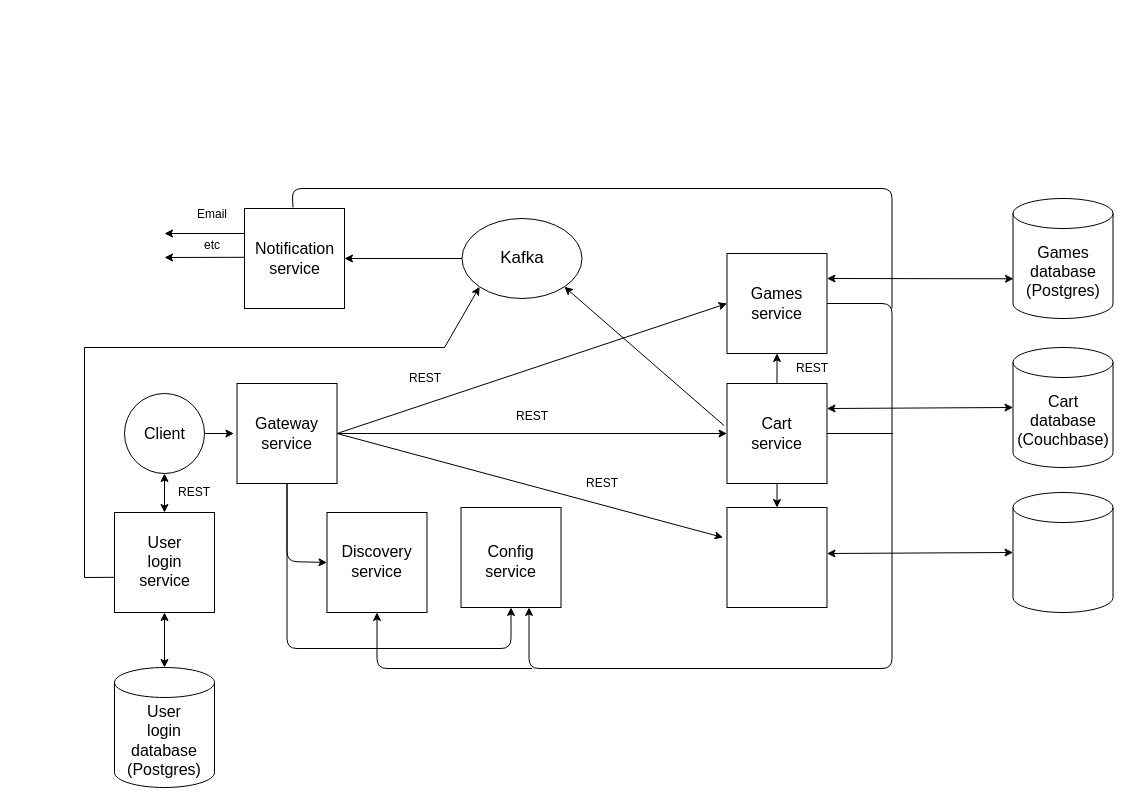
Above: server/documentation/Archinecture.drawio in Friendly-neighborhood-development/Fnd_games_store (draw.io), before the change. Source tidied: cells renumbered, new cells numbered last; positions are measured from the earlier drawing's top-left corner, leaving out a move shared by most shapes. Both pictures are drawn from the tidied source at 100%, with x=0, y=0 at pixel (84, 188).
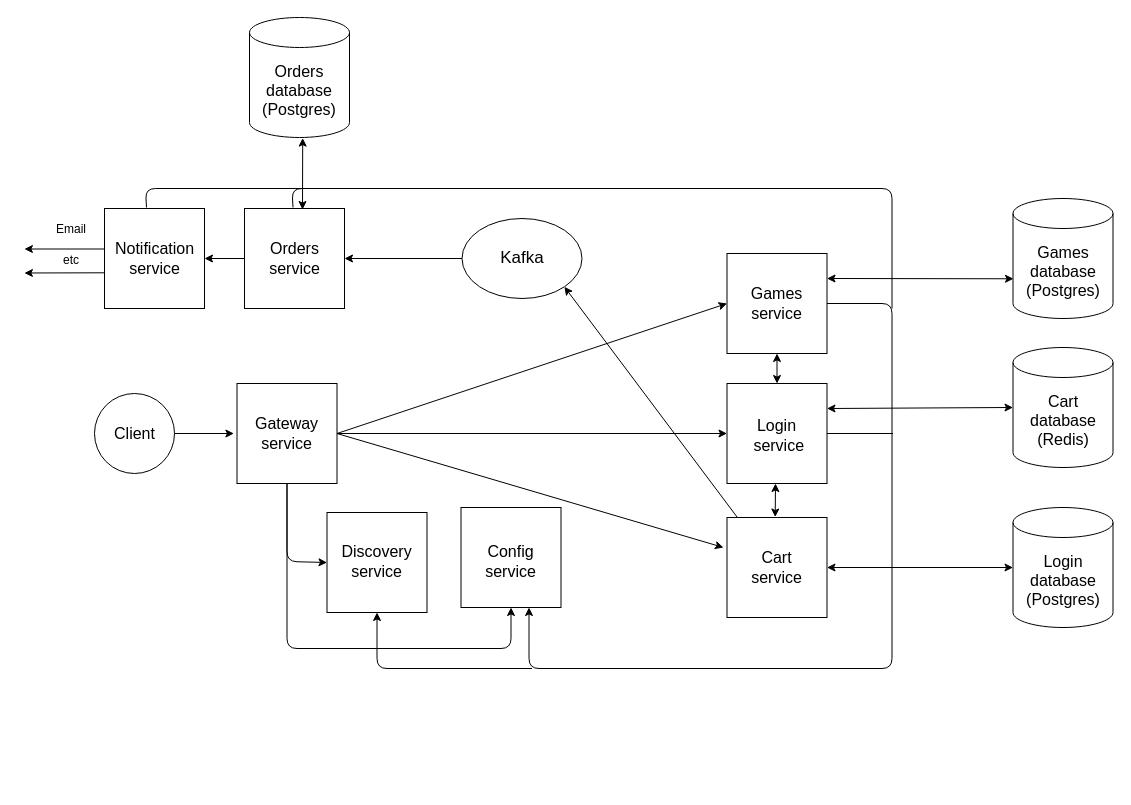
After the change.

Unchanged cells that the change refers to:
```xml
<mxCell id="2" style="whiteSpace=wrap;html=1;strokeWidth=1;" parent="1" vertex="1">
  <mxGeometry x="152.5" y="195" width="100" height="100" as="geometry" />
</mxCell>
<mxCell id="4" style="whiteSpace=wrap;html=1;strokeWidth=1;" parent="1" vertex="1">
  <mxGeometry x="642.5" y="65" width="100" height="100" as="geometry" />
</mxCell>
<mxCell id="6" style="whiteSpace=wrap;html=1;strokeWidth=1;" parent="1" vertex="1">
  <mxGeometry x="642.5" y="195" width="100" height="100" as="geometry" />
</mxCell>
<mxCell id="35" style="whiteSpace=wrap;html=1;strokeWidth=1;" parent="1" vertex="1">
  <mxGeometry x="160" y="20" width="100" height="100" as="geometry" />
</mxCell>
<mxCell id="37" value="&lt;font style=&quot;font-size: 17px&quot;&gt;Kafka&lt;/font&gt;" style="ellipse;whiteSpace=wrap;html=1;strokeWidth=1;" parent="1" vertex="1">
  <mxGeometry x="377.5" y="30" width="120" height="80" as="geometry" />
</mxCell>
```

The edit, as a diff of the source:
```diff
@@
-    <mxCell id="7" value="&lt;div style=&quot;font-size: 16px;&quot;&gt;&lt;font style=&quot;font-size: 16px;&quot;&gt;Cart service&lt;br&gt;&lt;/font&gt;&lt;/div&gt;" style="text;html=1;align=center;verticalAlign=middle;whiteSpace=wrap;rounded=0;strokeWidth=1;" parent="1" vertex="1">
-      <mxGeometry x="665" y="227.5" width="55" height="35" as="geometry" />
-    </mxCell>
@@
-    <mxCell id="10" style="endArrow=classic;html=1;exitX=0.5;exitY=0;exitDx=0;exitDy=0;entryX=0.5;entryY=1;entryDx=0;entryDy=0;strokeWidth=1;" parent="1" edge="1" source="6" target="4">
-      <mxGeometry relative="1" as="geometry" />
-    </mxCell>
-    <mxCell id="11" style="endArrow=classic;html=1;exitX=-0.029;exitY=0.421;exitDx=0;exitDy=0;exitPerimeter=0;entryX=1;entryY=1;entryDx=0;entryDy=0;strokeWidth=1;" parent="1" edge="1" source="6">
+    <mxCell id="11" style="endArrow=classic;html=1;entryX=1;entryY=1;entryDx=0;entryDy=0;strokeWidth=1;exitX=0.108;exitY=0.005;exitDx=0;exitDy=0;exitPerimeter=0;" parent="1" edge="1" source="33">
       <mxGeometry relative="1" as="geometry">
         <mxPoint x="479.9" y="98.3" as="targetPoint" />
       </mxGeometry>
     </mxCell>
@@
-    <mxCell id="15" value="REST" style="text;html=1;align=center;verticalAlign=middle;whiteSpace=wrap;rounded=0;strokeWidth=1;" parent="1" vertex="1">
-      <mxGeometry x="320.5" y="180" width="40" height="20" as="geometry" />
-    </mxCell>
-    <mxCell id="16" value="REST" style="text;html=1;align=center;verticalAlign=middle;whiteSpace=wrap;rounded=0;strokeWidth=1;" parent="1" vertex="1">
-      <mxGeometry x="707.5" y="170" width="40" height="20" as="geometry" />
-    </mxCell>
@@
-    <mxCell id="18" value="REST" style="text;html=1;align=center;verticalAlign=middle;whiteSpace=wrap;rounded=0;strokeWidth=1;" parent="1" vertex="1">
-      <mxGeometry x="427.5" y="217.5" width="40" height="20" as="geometry" />
-    </mxCell>
@@
-    <mxCell id="25" value="&lt;div style=&quot;font-size: 16px;&quot;&gt;&lt;font style=&quot;font-size: 16px;&quot;&gt;Cart database&lt;/font&gt;&lt;/div&gt;&lt;div style=&quot;font-size: 16px;&quot;&gt;&lt;font style=&quot;font-size: 16px;&quot;&gt;(Couchbase)&lt;br&gt;&lt;/font&gt;&lt;/div&gt;" style="shape=cylinder3;whiteSpace=wrap;html=1;boundedLbl=1;backgroundOutline=1;size=15;strokeWidth=1;" parent="1" vertex="1">
+    <mxCell id="25" value="&lt;div style=&quot;font-size: 16px;&quot;&gt;&lt;font style=&quot;font-size: 16px;&quot;&gt;Cart database&lt;/font&gt;&lt;/div&gt;&lt;div style=&quot;font-size: 16px;&quot;&gt;&lt;font style=&quot;font-size: 16px;&quot;&gt;(Redis)&lt;br&gt;&lt;/font&gt;&lt;/div&gt;" style="shape=cylinder3;whiteSpace=wrap;html=1;boundedLbl=1;backgroundOutline=1;size=15;strokeWidth=1;" parent="1" vertex="1">
       <mxGeometry x="928.5" y="159" width="100" height="120" as="geometry" />
     </mxCell>
@@
     <mxCell id="28" style="ellipse;whiteSpace=wrap;html=1;fontSize=16;strokeWidth=1;" parent="1" vertex="1">
-      <mxGeometry x="40" y="205" width="80" height="80" as="geometry" />
+      <mxGeometry x="10" y="205" width="80" height="80" as="geometry" />
     </mxCell>
     <mxCell id="29" value="&lt;font style=&quot;font-size: 16px;&quot;&gt;Client&lt;/font&gt;" style="text;html=1;align=center;verticalAlign=middle;whiteSpace=wrap;rounded=0;strokeWidth=1;" parent="1" vertex="1">
-      <mxGeometry x="52.5" y="227.5" width="55" height="35" as="geometry" />
+      <mxGeometry x="22.5" y="227.5" width="55" height="35" as="geometry" />
     </mxCell>
@@
     <mxCell id="33" style="whiteSpace=wrap;html=1;strokeWidth=1;" parent="1" vertex="1">
-      <mxGeometry x="642.5" y="319" width="100" height="100" as="geometry" />
+      <mxGeometry x="642.5" y="329" width="100" height="100" as="geometry" />
     </mxCell>
     <mxCell id="34" style="endArrow=classic;html=1;exitX=1;exitY=0.5;exitDx=0;exitDy=0;strokeWidth=1;" parent="1" edge="1" source="2">
       <mxGeometry relative="1" as="geometry">
-        <mxPoint x="638.5" y="349" as="targetPoint" />
+        <mxPoint x="639" y="359" as="targetPoint" />
       </mxGeometry>
     </mxCell>
@@
-    <mxCell id="36" value="&lt;div&gt;&lt;font style=&quot;font-size: 16px;&quot;&gt;Notification&lt;/font&gt;&lt;/div&gt;&lt;div&gt;&lt;font style=&quot;font-size: 16px;&quot;&gt;service&lt;br&gt;&lt;/font&gt;&lt;/div&gt;" style="text;html=1;align=center;verticalAlign=middle;whiteSpace=wrap;rounded=0;strokeWidth=1;" parent="1" vertex="1">
+    <mxCell id="36" value="&lt;div&gt;&lt;font style=&quot;font-size: 16px;&quot;&gt;Orders&lt;/font&gt;&lt;/div&gt;&lt;div&gt;&lt;font style=&quot;font-size: 16px;&quot;&gt;service&lt;br&gt;&lt;/font&gt;&lt;/div&gt;" style="text;html=1;align=center;verticalAlign=middle;whiteSpace=wrap;rounded=0;strokeWidth=1;" parent="1" vertex="1">
       <mxGeometry x="182.5" y="52.5" width="55" height="35" as="geometry" />
     </mxCell>
@@
-    <mxCell id="39" style="shape=cylinder3;whiteSpace=wrap;html=1;boundedLbl=1;backgroundOutline=1;size=15;strokeWidth=1;" parent="1" vertex="1">
-      <mxGeometry x="928.5" y="304" width="100" height="120" as="geometry" />
-    </mxCell>
-    <mxCell id="40" style="endArrow=classic;startArrow=classic;html=1;exitX=1;exitY=0.25;exitDx=0;exitDy=0;entryX=0;entryY=0.5;entryDx=0;entryDy=0;entryPerimeter=0;strokeWidth=1;" parent="1" edge="1" target="39">
-      <mxGeometry relative="1" as="geometry">
-        <mxPoint x="742.5" y="365" as="sourcePoint" />
-      </mxGeometry>
+    <mxCell id="40" style="endArrow=classic;startArrow=classic;html=1;exitX=1;exitY=0.5;exitDx=0;exitDy=0;entryX=0;entryY=0.5;entryDx=0;entryDy=0;entryPerimeter=0;strokeWidth=1;" parent="1" edge="1" source="33" target="44">
+      <mxGeometry relative="1" as="geometry" />
     </mxCell>
-    <mxCell id="41" value="&amp;nbsp;" style="text;whiteSpace=wrap;html=1;fontSize=16;" parent="1" vertex="1">
-      <mxGeometry x="938.5" y="314" width="30" height="30" as="geometry" />
-    </mxCell>
-    <mxCell id="42" value="REST" style="text;html=1;align=center;verticalAlign=middle;whiteSpace=wrap;rounded=0;strokeWidth=1;" parent="1" vertex="1">
-      <mxGeometry x="497.5" y="285" width="40" height="20" as="geometry" />
-    </mxCell>
-    <mxCell id="43" style="whiteSpace=wrap;html=1;strokeWidth=1;" parent="1" vertex="1">
-      <mxGeometry x="30" y="324" width="100" height="100" as="geometry" />
-    </mxCell>
-    <mxCell id="44" value="&lt;div style=&quot;font-size: 16px;&quot;&gt;&lt;font style=&quot;font-size: 16px;&quot;&gt;User&lt;/font&gt;&lt;/div&gt;&lt;div style=&quot;font-size: 16px;&quot;&gt;&lt;font style=&quot;font-size: 16px;&quot;&gt;login &lt;br&gt;&lt;/font&gt;&lt;/div&gt;&lt;div style=&quot;font-size: 16px;&quot;&gt;&lt;font style=&quot;font-size: 16px;&quot;&gt;database&lt;/font&gt;&lt;/div&gt;&lt;div style=&quot;font-size: 16px;&quot;&gt;&lt;font style=&quot;font-size: 16px;&quot;&gt;(Postgres)&lt;br&gt;&lt;/font&gt;&lt;/div&gt;" style="shape=cylinder3;whiteSpace=wrap;html=1;boundedLbl=1;backgroundOutline=1;size=15;strokeWidth=1;" parent="1" vertex="1">
-      <mxGeometry x="30" y="479" width="100" height="120" as="geometry" />
+    <mxCell id="44" value="&lt;div style=&quot;font-size: 16px;&quot;&gt;&lt;font style=&quot;font-size: 16px;&quot;&gt;Login &lt;br&gt;&lt;/font&gt;&lt;/div&gt;&lt;div style=&quot;font-size: 16px;&quot;&gt;&lt;font style=&quot;font-size: 16px;&quot;&gt;database&lt;/font&gt;&lt;/div&gt;&lt;div style=&quot;font-size: 16px;&quot;&gt;&lt;font style=&quot;font-size: 16px;&quot;&gt;(Postgres)&lt;br&gt;&lt;/font&gt;&lt;/div&gt;" style="shape=cylinder3;whiteSpace=wrap;html=1;boundedLbl=1;backgroundOutline=1;size=15;strokeWidth=1;" parent="1" vertex="1">
+      <mxGeometry x="928.5" y="319" width="100" height="120" as="geometry" />
     </mxCell>
-    <mxCell id="45" style="endArrow=classic;startArrow=classic;html=1;rounded=0;fontSize=16;strokeColor=default;strokeWidth=1;exitX=0.5;exitY=1;exitDx=0;exitDy=0;entryX=0.5;entryY=0;entryDx=0;entryDy=0;" parent="1" edge="1" source="28" target="43">
-      <mxGeometry relative="1" as="geometry" />
-    </mxCell>
-    <mxCell id="46" style="endArrow=classic;startArrow=classic;html=1;rounded=0;fontSize=16;strokeColor=default;strokeWidth=1;exitX=0.5;exitY=1;exitDx=0;exitDy=0;entryX=0.5;entryY=0;entryDx=0;entryDy=0;entryPerimeter=0;" parent="1" edge="1" source="43" target="44">
-      <mxGeometry relative="1" as="geometry" />
-    </mxCell>
-    <mxCell id="47" value="&lt;div&gt;&lt;font style=&quot;font-size: 16px;&quot;&gt;User&lt;/font&gt;&lt;/div&gt;&lt;div&gt;&lt;font style=&quot;font-size: 16px;&quot;&gt;login&lt;br&gt;&lt;/font&gt;&lt;/div&gt;&lt;div&gt;&lt;font style=&quot;font-size: 16px;&quot;&gt;service&lt;br&gt;&lt;/font&gt;&lt;/div&gt;" style="text;html=1;align=center;verticalAlign=middle;whiteSpace=wrap;rounded=0;strokeWidth=1;fontSize=16;" parent="1" vertex="1">
-      <mxGeometry x="52.5" y="355" width="55" height="35" as="geometry" />
-    </mxCell>
-    <mxCell id="48" style="endArrow=classic;html=1;exitX=0.5;exitY=1;exitDx=0;exitDy=0;entryX=0.5;entryY=0;entryDx=0;entryDy=0;strokeWidth=1;" parent="1" edge="1" source="6" target="33">
-      <mxGeometry relative="1" as="geometry" />
-    </mxCell>
-    <mxCell id="49" value="REST" style="text;html=1;align=center;verticalAlign=middle;whiteSpace=wrap;rounded=0;strokeWidth=1;" parent="1" vertex="1">
-      <mxGeometry x="90" y="294" width="40" height="20" as="geometry" />
-    </mxCell>
-    <mxCell id="50" style="endArrow=classic;html=1;rounded=0;entryX=0;entryY=1;entryDx=0;entryDy=0;" parent="1" edge="1" target="37">
-      <mxGeometry relative="1" as="geometry">
-        <mxPoint x="360" y="159" as="sourcePoint" />
-      </mxGeometry>
-    </mxCell>
-    <mxCell id="51" style="endArrow=none;html=1;rounded=0;" parent="1" edge="1">
-      <mxGeometry relative="1" as="geometry">
-        <mxPoint y="159" as="sourcePoint" />
-        <mxPoint x="360" y="159" as="targetPoint" />
-      </mxGeometry>
-    </mxCell>
-    <mxCell id="52" style="endArrow=none;html=1;rounded=0;" parent="1" edge="1">
-      <mxGeometry relative="1" as="geometry">
-        <mxPoint y="389" as="sourcePoint" />
-        <mxPoint y="159" as="targetPoint" />
-      </mxGeometry>
-    </mxCell>
-    <mxCell id="53" style="endArrow=none;html=1;rounded=0;exitX=-0.001;exitY=0.648;exitDx=0;exitDy=0;exitPerimeter=0;" parent="1" edge="1" source="43">
-      <mxGeometry relative="1" as="geometry">
-        <mxPoint y="389" as="targetPoint" />
-      </mxGeometry>
-    </mxCell>
-    <mxCell id="54" style="endArrow=classic;html=1;rounded=0;exitX=0;exitY=0.25;exitDx=0;exitDy=0;" parent="1" edge="1" source="35">
-      <mxGeometry relative="1" as="geometry">
-        <mxPoint x="80" y="45" as="targetPoint" />
-      </mxGeometry>
-    </mxCell>
+    <mxCell id="58" value="&lt;div style=&quot;font-size: 16px;&quot;&gt;&lt;font style=&quot;font-size: 16px;&quot;&gt;Login&lt;/font&gt;&lt;/div&gt;&lt;div style=&quot;font-size: 16px;&quot;&gt;&lt;font style=&quot;font-size: 16px;&quot;&gt;&amp;nbsp;service&lt;br&gt;&lt;/font&gt;&lt;/div&gt;" style="text;html=1;align=center;verticalAlign=middle;whiteSpace=wrap;rounded=0;strokeWidth=1;" parent="1" vertex="1">
+      <mxGeometry x="665" y="229" width="55" height="35" as="geometry" />
+    </mxCell>
+    <mxCell id="59" style="endArrow=classic;startArrow=classic;html=1;strokeWidth=1;exitX=0.482;exitY=-0.005;exitDx=0;exitDy=0;exitPerimeter=0;" parent="1" edge="1" source="33">
+      <mxGeometry relative="1" as="geometry">
+        <mxPoint x="691" y="295" as="targetPoint" />
+      </mxGeometry>
+    </mxCell>
+    <mxCell id="60" style="endArrow=classic;html=1;rounded=0;exitX=0;exitY=0.25;exitDx=0;exitDy=0;" parent="1" edge="1">
+      <mxGeometry relative="1" as="geometry">
+        <mxPoint x="19.9" y="60.5" as="sourcePoint" />
+        <mxPoint x="-60.1" y="60.5" as="targetPoint" />
+      </mxGeometry>
+    </mxCell>
     <mxCell id="55" value="Email" style="text;html=1;align=center;verticalAlign=middle;whiteSpace=wrap;rounded=0;strokeWidth=1;" parent="1" vertex="1">
-      <mxGeometry x="107.5" y="10" width="40" height="31" as="geometry" />
+      <mxGeometry x="-32.6" y="25.5" width="40" height="31" as="geometry" />
     </mxCell>
-    <mxCell id="56" style="endArrow=classic;html=1;rounded=0;exitX=0.001;exitY=0.488;exitDx=0;exitDy=0;exitPerimeter=0;" parent="1" edge="1" source="35">
-      <mxGeometry relative="1" as="geometry">
-        <mxPoint x="80" y="69" as="targetPoint" />
-      </mxGeometry>
-    </mxCell>
+    <mxCell id="61" style="endArrow=classic;html=1;rounded=0;exitX=0.001;exitY=0.488;exitDx=0;exitDy=0;exitPerimeter=0;" parent="1" edge="1">
+      <mxGeometry relative="1" as="geometry">
+        <mxPoint x="20" y="84.3" as="sourcePoint" />
+        <mxPoint x="-60.1" y="84.5" as="targetPoint" />
+      </mxGeometry>
+    </mxCell>
     <mxCell id="57" value="etc" style="text;html=1;align=center;verticalAlign=middle;whiteSpace=wrap;rounded=0;strokeWidth=1;" parent="1" vertex="1">
-      <mxGeometry x="107.5" y="41" width="40" height="31" as="geometry" />
+      <mxGeometry x="-32.6" y="56.5" width="40" height="31" as="geometry" />
     </mxCell>
+    <mxCell id="62" style="whiteSpace=wrap;html=1;strokeWidth=1;" parent="1" vertex="1">
+      <mxGeometry x="20" y="20" width="100" height="100" as="geometry" />
+    </mxCell>
+    <mxCell id="63" value="&lt;div&gt;&lt;font style=&quot;font-size: 16px;&quot;&gt;Notification&lt;/font&gt;&lt;/div&gt;&lt;div&gt;&lt;font style=&quot;font-size: 16px;&quot;&gt;service&lt;br&gt;&lt;/font&gt;&lt;/div&gt;" style="text;html=1;align=center;verticalAlign=middle;whiteSpace=wrap;rounded=0;strokeWidth=1;" parent="1" vertex="1">
+      <mxGeometry x="42.5" y="52.5" width="55" height="35" as="geometry" />
+    </mxCell>
+    <mxCell id="64" style="endArrow=classic;html=1;exitX=0;exitY=0.5;exitDx=0;exitDy=0;entryX=1;entryY=0.5;entryDx=0;entryDy=0;strokeWidth=1;" parent="1" edge="1" source="35" target="62">
+      <mxGeometry relative="1" as="geometry" />
+    </mxCell>
+    <mxCell id="7" value="&lt;div style=&quot;font-size: 16px;&quot;&gt;&lt;font style=&quot;font-size: 16px;&quot;&gt;Cart service&lt;br&gt;&lt;/font&gt;&lt;/div&gt;" style="text;html=1;align=center;verticalAlign=middle;whiteSpace=wrap;rounded=0;strokeWidth=1;" parent="1" vertex="1">
+      <mxGeometry x="665" y="361.5" width="55" height="35" as="geometry" />
+    </mxCell>
+    <mxCell id="10" style="endArrow=classic;startArrow=classic;html=1;strokeWidth=1;entryX=0.5;entryY=1;entryDx=0;entryDy=0;exitX=0.5;exitY=0;exitDx=0;exitDy=0;" parent="1" edge="1" source="6" target="4">
+      <mxGeometry relative="1" as="geometry" />
+    </mxCell>
+    <mxCell id="65" style="endArrow=none;html=1;strokeWidth=1;" parent="1" edge="1">
+      <mxGeometry relative="1" as="geometry">
+        <mxPoint x="62" y="19" as="sourcePoint" />
+        <mxPoint x="760" as="targetPoint" />
+        <Array as="points">
+          <mxPoint x="61" />
+          <mxPoint x="661" />
+        </Array>
+      </mxGeometry>
+    </mxCell>
+    <mxCell id="66" value="&lt;div style=&quot;font-size: 16px;&quot;&gt;&lt;font style=&quot;font-size: 16px;&quot;&gt;Orders&lt;br&gt;&lt;/font&gt;&lt;/div&gt;&lt;div style=&quot;font-size: 16px;&quot;&gt;&lt;font style=&quot;font-size: 16px;&quot;&gt;database&lt;/font&gt;&lt;/div&gt;&lt;div style=&quot;font-size: 16px;&quot;&gt;&lt;font style=&quot;font-size: 16px;&quot;&gt;(Postgres)&lt;br&gt;&lt;/font&gt;&lt;/div&gt;" style="shape=cylinder3;whiteSpace=wrap;html=1;boundedLbl=1;backgroundOutline=1;size=15;strokeWidth=1;" parent="1" vertex="1">
+      <mxGeometry x="165" y="-171" width="100" height="120" as="geometry" />
+    </mxCell>
+    <mxCell id="67" style="endArrow=classic;startArrow=classic;html=1;exitX=0.532;exitY=1.005;exitDx=0;exitDy=0;entryX=0.58;entryY=0.01;entryDx=0;entryDy=0;entryPerimeter=0;strokeWidth=1;exitPerimeter=0;" parent="1" edge="1" source="66" target="35">
+      <mxGeometry relative="1" as="geometry" />
+    </mxCell>
```
